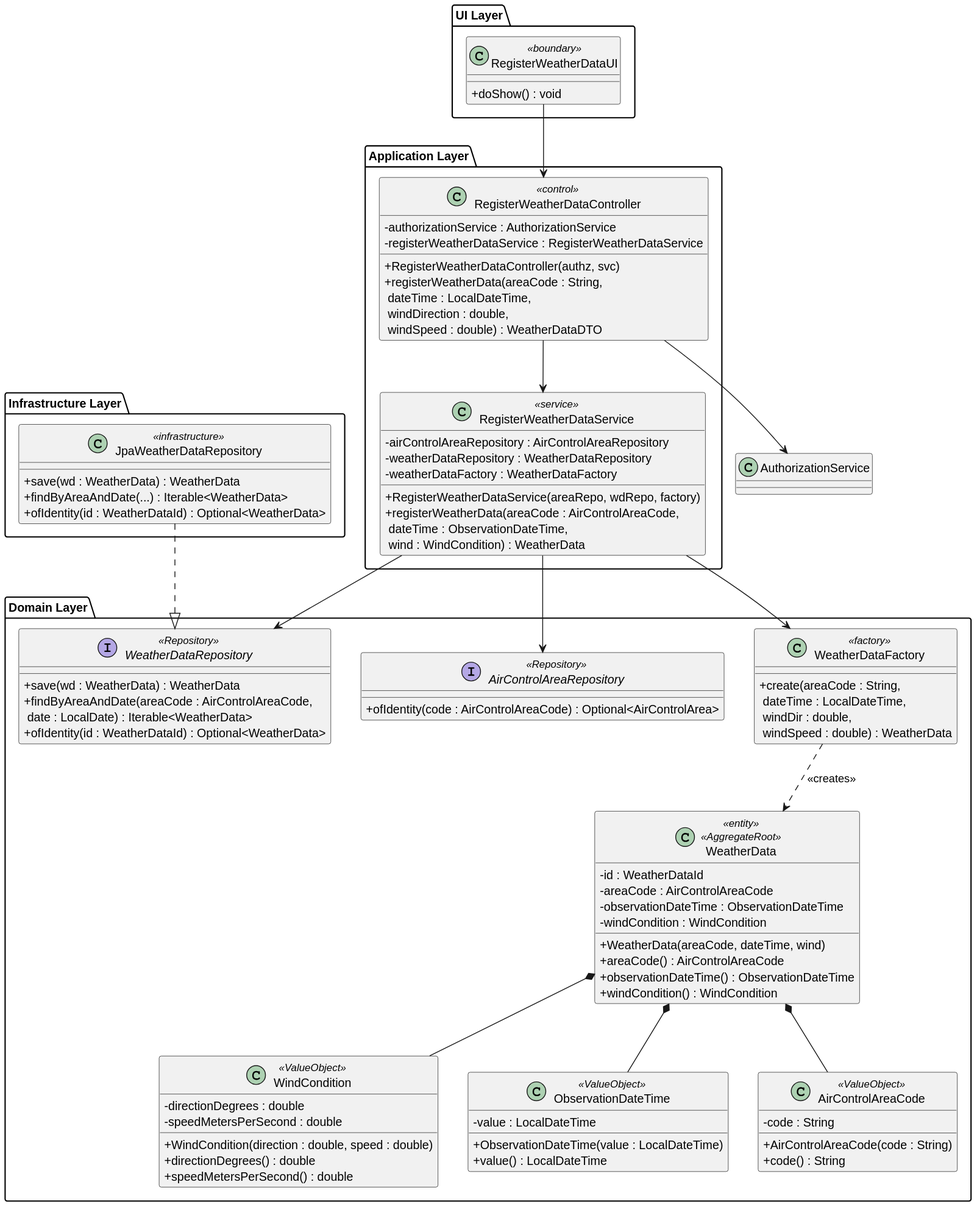
DuartePinto1240/sem4pi2526-sem4pi2526_2da2 keeps this PlantUML diagram as docs/Sprint 2/EAPLI/US041/svg/US041-class-diagram.svg. Above is the earlier version. Its diagram source:
```plantuml
@startuml
skinparam classAttributeIconSize 0

package "UI Layer" {
  class RegisterWeatherDataUI <<boundary>> {
    + doShow() : void
  }
}

package "Application Layer" {
  class RegisterWeatherDataController <<control>> {
    - authorizationService : AuthorizationService
    - registerWeatherDataService : RegisterWeatherDataService
    + RegisterWeatherDataController(authz, svc)
    + registerWeatherData(areaCode : String,\n dateTime : LocalDateTime,\n windDirection : double,\n windSpeed : double) : WeatherDataDTO
  }

  class RegisterWeatherDataService <<service>> {
    - airControlAreaRepository : AirControlAreaRepository
    - weatherDataRepository : WeatherDataRepository
    - weatherDataFactory : WeatherDataFactory
    + RegisterWeatherDataService(areaRepo, wdRepo, factory)
    + registerWeatherData(areaCode : AirControlAreaCode,\n dateTime : ObservationDateTime,\n wind : WindCondition) : WeatherData
  }
}

package "Domain Layer" {
  class WeatherData <<entity>> <<AggregateRoot>> {
    - id : WeatherDataId
    - areaCode : AirControlAreaCode
    - observationDateTime : ObservationDateTime
    - windCondition : WindCondition
    + WeatherData(areaCode, dateTime, wind)
    + areaCode() : AirControlAreaCode
    + observationDateTime() : ObservationDateTime
    + windCondition() : WindCondition
  }

  class WeatherDataFactory <<factory>> {
    + create(areaCode : String,\n dateTime : LocalDateTime,\n windDir : double,\n windSpeed : double) : WeatherData
  }

  class WindCondition <<ValueObject>> {
    - directionDegrees : double
    - speedMetersPerSecond : double
    + WindCondition(direction : double, speed : double)
    + directionDegrees() : double
    + speedMetersPerSecond() : double
  }

  class ObservationDateTime <<ValueObject>> {
    - value : LocalDateTime
    + ObservationDateTime(value : LocalDateTime)
    + value() : LocalDateTime
  }

  class AirControlAreaCode <<ValueObject>> {
    - code : String
    + AirControlAreaCode(code : String)
    + code() : String
  }

  interface WeatherDataRepository <<Repository>> {
    + save(wd : WeatherData) : WeatherData
    + findByAreaAndDate(areaCode : AirControlAreaCode,\n date : LocalDate) : Iterable<WeatherData>
    + ofIdentity(id : WeatherDataId) : Optional<WeatherData>
  }

  interface AirControlAreaRepository <<Repository>> {
    + ofIdentity(code : AirControlAreaCode) : Optional<AirControlArea>
  }
}

package "Infrastructure Layer" {
  class JpaWeatherDataRepository <<infrastructure>> {
    + save(wd : WeatherData) : WeatherData
    + findByAreaAndDate(...) : Iterable<WeatherData>
    + ofIdentity(id : WeatherDataId) : Optional<WeatherData>
  }
}

RegisterWeatherDataUI --> RegisterWeatherDataController
RegisterWeatherDataController --> RegisterWeatherDataService
RegisterWeatherDataController --> AuthorizationService

RegisterWeatherDataService --> WeatherDataFactory
RegisterWeatherDataService --> WeatherDataRepository
RegisterWeatherDataService --> AirControlAreaRepository

WeatherDataFactory ..> WeatherData : <<creates>>

WeatherData *-- WindCondition
WeatherData *-- ObservationDateTime
WeatherData *-- AirControlAreaCode

JpaWeatherDataRepository ..|> WeatherDataRepository
@enduml
```
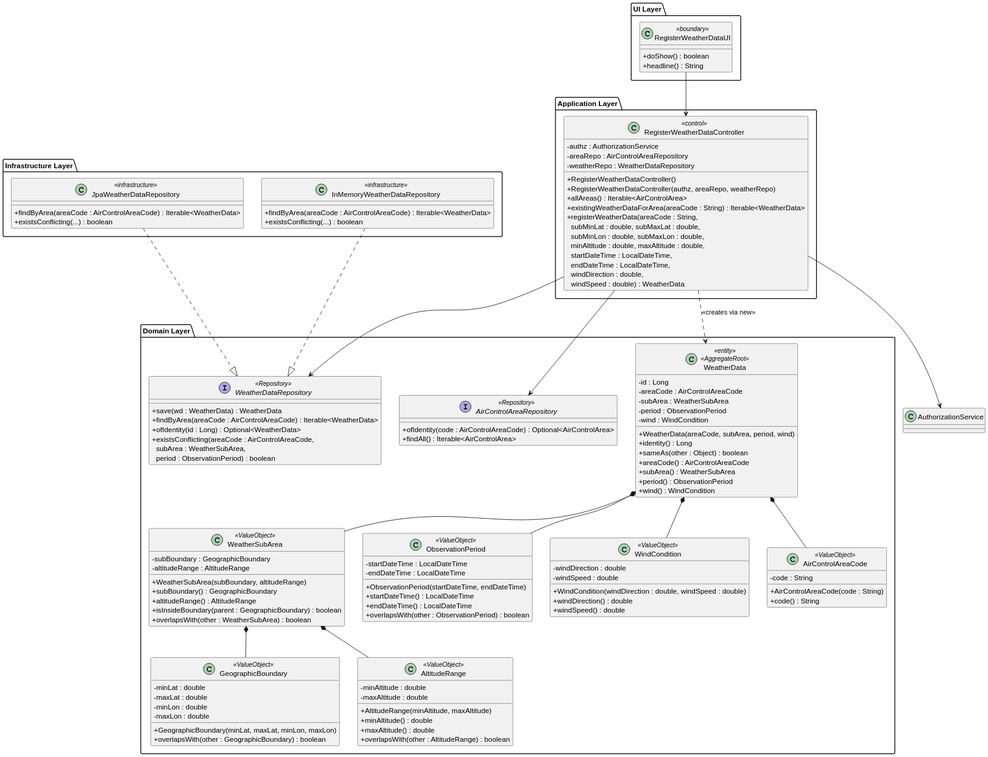
After the change.

Change to the diagram source:
```diff
@@ -3,55 +3,84 @@
 
 package "UI Layer" {
   class RegisterWeatherDataUI <<boundary>> {
-    + doShow() : void
+    + doShow() : boolean
+    + headline() : String
   }
 }
 
 package "Application Layer" {
   class RegisterWeatherDataController <<control>> {
-    - authorizationService : AuthorizationService
-    - registerWeatherDataService : RegisterWeatherDataService
-    + RegisterWeatherDataController(authz, svc)
-    + registerWeatherData(areaCode : String,\n dateTime : LocalDateTime,\n windDirection : double,\n windSpeed : double) : WeatherDataDTO
-  }
-
-  class RegisterWeatherDataService <<service>> {
-    - airControlAreaRepository : AirControlAreaRepository
-    - weatherDataRepository : WeatherDataRepository
-    - weatherDataFactory : WeatherDataFactory
-    + RegisterWeatherDataService(areaRepo, wdRepo, factory)
-    + registerWeatherData(areaCode : AirControlAreaCode,\n dateTime : ObservationDateTime,\n wind : WindCondition) : WeatherData
+    - authz : AuthorizationService
+    - areaRepo : AirControlAreaRepository
+    - weatherRepo : WeatherDataRepository
+    + RegisterWeatherDataController()
+    + RegisterWeatherDataController(authz, areaRepo, weatherRepo)
+    + allAreas() : Iterable<AirControlArea>
+    + existingWeatherDataForArea(areaCode : String) : Iterable<WeatherData>
+    + registerWeatherData(areaCode : String,\n  subMinLat : double, subMaxLat : double,\n  subMinLon : double, subMaxLon : double,\n  minAltitude : double, maxAltitude : double,\n  startDateTime : LocalDateTime,\n  endDateTime : LocalDateTime,\n  windDirection : double,\n  windSpeed : double) : WeatherData
   }
 }
 
 package "Domain Layer" {
+
   class WeatherData <<entity>> <<AggregateRoot>> {
-    - id : WeatherDataId
+    - id : Long
     - areaCode : AirControlAreaCode
-    - observationDateTime : ObservationDateTime
-    - windCondition : WindCondition
-    + WeatherData(areaCode, dateTime, wind)
+    - subArea : WeatherSubArea
+    - period : ObservationPeriod
+    - wind : WindCondition
+    + WeatherData(areaCode, subArea, period, wind)
+    + identity() : Long
+    + sameAs(other : Object) : boolean
     + areaCode() : AirControlAreaCode
-    + observationDateTime() : ObservationDateTime
-    + windCondition() : WindCondition
+    + subArea() : WeatherSubArea
+    + period() : ObservationPeriod
+    + wind() : WindCondition
   }
 
-  class WeatherDataFactory <<factory>> {
-    + create(areaCode : String,\n dateTime : LocalDateTime,\n windDir : double,\n windSpeed : double) : WeatherData
+  class WeatherSubArea <<ValueObject>> {
+    - subBoundary : GeographicBoundary
+    - altitudeRange : AltitudeRange
+    + WeatherSubArea(subBoundary, altitudeRange)
+    + subBoundary() : GeographicBoundary
+    + altitudeRange() : AltitudeRange
+    + isInsideBoundary(parent : GeographicBoundary) : boolean
+    + overlapsWith(other : WeatherSubArea) : boolean
+  }
+
+  class GeographicBoundary <<ValueObject>> {
+    - minLat : double
+    - maxLat : double
+    - minLon : double
+    - maxLon : double
+    + GeographicBoundary(minLat, maxLat, minLon, maxLon)
+    + overlapsWith(other : GeographicBoundary) : boolean
+  }
+
+  class AltitudeRange <<ValueObject>> {
+    - minAltitude : double
+    - maxAltitude : double
+    + AltitudeRange(minAltitude, maxAltitude)
+    + minAltitude() : double
+    + maxAltitude() : double
+    + overlapsWith(other : AltitudeRange) : boolean
+  }
+
+  class ObservationPeriod <<ValueObject>> {
+    - startDateTime : LocalDateTime
+    - endDateTime : LocalDateTime
+    + ObservationPeriod(startDateTime, endDateTime)
+    + startDateTime() : LocalDateTime
+    + endDateTime() : LocalDateTime
+    + overlapsWith(other : ObservationPeriod) : boolean
   }
 
   class WindCondition <<ValueObject>> {
-    - directionDegrees : double
-    - speedMetersPerSecond : double
-    + WindCondition(direction : double, speed : double)
-    + directionDegrees() : double
-    + speedMetersPerSecond() : double
-  }
-
-  class ObservationDateTime <<ValueObject>> {
-    - value : LocalDateTime
-    + ObservationDateTime(value : LocalDateTime)
-    + value() : LocalDateTime
+    - windDirection : double
+    - windSpeed : double
+    + WindCondition(windDirection : double, windSpeed : double)
+    + windDirection() : double
+    + windSpeed() : double
   }
 
   class AirControlAreaCode <<ValueObject>> {
@@ -62,36 +91,43 @@
 
   interface WeatherDataRepository <<Repository>> {
     + save(wd : WeatherData) : WeatherData
-    + findByAreaAndDate(areaCode : AirControlAreaCode,\n date : LocalDate) : Iterable<WeatherData>
-    + ofIdentity(id : WeatherDataId) : Optional<WeatherData>
+    + findByArea(areaCode : AirControlAreaCode) : Iterable<WeatherData>
+    + ofIdentity(id : Long) : Optional<WeatherData>
+    + existsConflicting(areaCode : AirControlAreaCode,\n  subArea : WeatherSubArea,\n  period : ObservationPeriod) : boolean
   }
 
   interface AirControlAreaRepository <<Repository>> {
     + ofIdentity(code : AirControlAreaCode) : Optional<AirControlArea>
+    + findAll() : Iterable<AirControlArea>
   }
 }
 
 package "Infrastructure Layer" {
   class JpaWeatherDataRepository <<infrastructure>> {
-    + save(wd : WeatherData) : WeatherData
-    + findByAreaAndDate(...) : Iterable<WeatherData>
-    + ofIdentity(id : WeatherDataId) : Optional<WeatherData>
+    + findByArea(areaCode : AirControlAreaCode) : Iterable<WeatherData>
+    + existsConflicting(...) : boolean
+  }
+  class InMemoryWeatherDataRepository <<infrastructure>> {
+    + findByArea(areaCode : AirControlAreaCode) : Iterable<WeatherData>
+    + existsConflicting(...) : boolean
   }
 }
 
 RegisterWeatherDataUI --> RegisterWeatherDataController
-RegisterWeatherDataController --> RegisterWeatherDataService
+
 RegisterWeatherDataController --> AuthorizationService
+RegisterWeatherDataController --> AirControlAreaRepository
+RegisterWeatherDataController --> WeatherDataRepository
+RegisterWeatherDataController ..> WeatherData : <<creates via new>>
 
-RegisterWeatherDataService --> WeatherDataFactory
-RegisterWeatherDataService --> WeatherDataRepository
-RegisterWeatherDataService --> AirControlAreaRepository
+WeatherData *-- AirControlAreaCode
+WeatherData *-- WeatherSubArea
+WeatherData *-- ObservationPeriod
+WeatherData *-- WindCondition
 
-WeatherDataFactory ..> WeatherData : <<creates>>
-
-WeatherData *-- WindCondition
-WeatherData *-- ObservationDateTime
-WeatherData *-- AirControlAreaCode
+WeatherSubArea *-- GeographicBoundary
+WeatherSubArea *-- AltitudeRange
 
 JpaWeatherDataRepository ..|> WeatherDataRepository
+InMemoryWeatherDataRepository ..|> WeatherDataRepository
 @enduml
```
